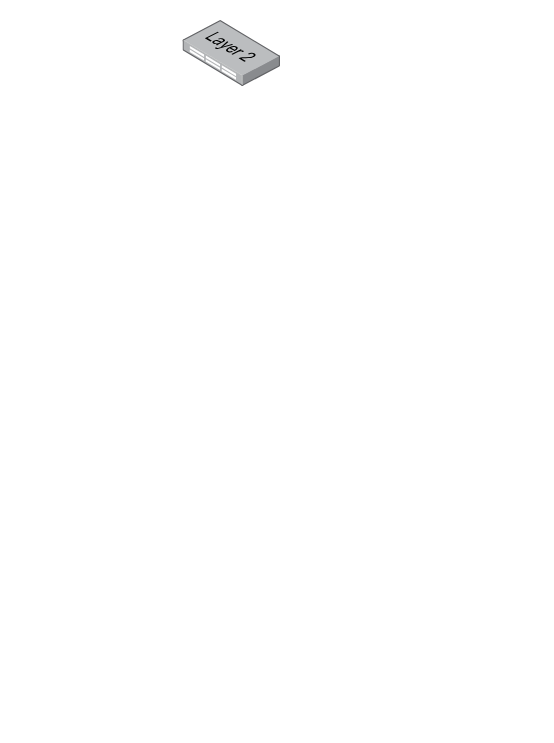
Earlier version of the draw.io diagram Unbenanntes Diagramm.drawio (PLAD26/OSI-Modell). Source tidied: cells renumbered, new cells numbered last; positions are measured from the earlier drawing's top-left corner, leaving out a move shared by most shapes. Both pictures are drawn from the tidied source at 125%, with x=0, y=0 at pixel (182, 20).
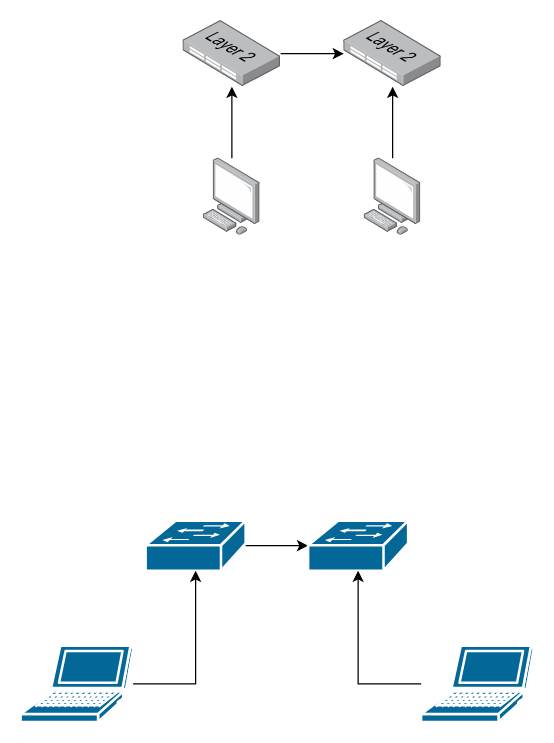
After the change.

The edit, as a diff of the source:
```diff
@@
 <mxGraphModel>
   <root>
     <mxCell id="0" />
     <mxCell id="1" parent="0" />
+    <mxCell id="3" style="edgeStyle=orthogonalEdgeStyle;rounded=0;jettySize=auto;html=1;" parent="1" edge="1" source="2" target="4">
+      <mxGeometry relative="1" as="geometry" />
+    </mxCell>
     <mxCell id="2" style="image;points=[];html=1;align=center;shadow=0;dashed=0;image=img/lib/allied_telesis/switch/Switch_48_port_L2.svg;" parent="1" vertex="1">
       <mxGeometry width="78" height="52.8" as="geometry" />
     </mxCell>
+    <mxCell id="4" style="image;points=[];html=1;align=center;shadow=0;dashed=0;image=img/lib/allied_telesis/switch/Switch_48_port_L2.svg;" parent="1" vertex="1">
+      <mxGeometry x="128.6" width="78" height="52.8" as="geometry" />
+    </mxCell>
+    <mxCell id="5" style="edgeStyle=orthogonalEdgeStyle;rounded=0;jettySize=auto;html=1;" parent="1" edge="1" source="6" target="9">
+      <mxGeometry relative="1" as="geometry" />
+    </mxCell>
+    <mxCell id="6" style="strokeColor=#ffffff;sketch=0;html=1;dashed=0;fillColor=#036897;strokeWidth=2;verticalLabelPosition=bottom;verticalAlign=top;align=center;outlineConnect=0;shape=mxgraph.cisco.switches.workgroup_switch;" parent="1" vertex="1">
+      <mxGeometry x="-30" y="400" width="80" height="40" as="geometry" />
+    </mxCell>
+    <mxCell id="7" style="edgeStyle=orthogonalEdgeStyle;rounded=0;jettySize=auto;html=1;" parent="1" edge="1" source="8" target="6">
+      <mxGeometry relative="1" as="geometry" />
+    </mxCell>
+    <mxCell id="8" style="sketch=0;html=1;dashed=0;fillColor=#036897;strokeColor=#ffffff;strokeWidth=2;verticalLabelPosition=bottom;verticalAlign=top;align=center;outlineConnect=0;shape=mxgraph.cisco.computers_and_peripherals.laptop;" parent="1" vertex="1">
+      <mxGeometry x="-130" y="500" width="90" height="61" as="geometry" />
+    </mxCell>
+    <mxCell id="9" style="strokeColor=#ffffff;sketch=0;html=1;dashed=0;fillColor=#036897;strokeWidth=2;verticalLabelPosition=bottom;verticalAlign=top;align=center;outlineConnect=0;shape=mxgraph.cisco.switches.workgroup_switch;" parent="1" vertex="1">
+      <mxGeometry x="100" y="400" width="80" height="40" as="geometry" />
+    </mxCell>
+    <mxCell id="10" style="edgeStyle=orthogonalEdgeStyle;rounded=0;jettySize=auto;html=1;" parent="1" edge="1" source="11" target="9">
+      <mxGeometry relative="1" as="geometry" />
+    </mxCell>
+    <mxCell id="11" style="sketch=0;html=1;dashed=0;fillColor=#036897;strokeColor=#ffffff;strokeWidth=2;verticalLabelPosition=bottom;verticalAlign=top;align=center;outlineConnect=0;shape=mxgraph.cisco.computers_and_peripherals.laptop;" parent="1" vertex="1">
+      <mxGeometry x="190.4" y="500" width="90" height="61" as="geometry" />
+    </mxCell>
+    <mxCell id="12" style="edgeStyle=orthogonalEdgeStyle;rounded=0;jettySize=auto;html=1;" parent="1" edge="1" source="13" target="2">
+      <mxGeometry relative="1" as="geometry" />
+    </mxCell>
+    <mxCell id="13" style="image;points=[];html=1;align=center;shadow=0;dashed=0;image=img/lib/allied_telesis/computer_and_terminals/Personal_Computer.svg;" parent="1" vertex="1">
+      <mxGeometry x="16.2" y="110" width="45.6" height="61.8" as="geometry" />
+    </mxCell>
+    <mxCell id="14" style="edgeStyle=orthogonalEdgeStyle;rounded=0;jettySize=auto;html=1;" parent="1" edge="1" source="15" target="4">
+      <mxGeometry relative="1" as="geometry" />
+    </mxCell>
+    <mxCell id="15" style="image;points=[];html=1;align=center;shadow=0;dashed=0;image=img/lib/allied_telesis/computer_and_terminals/Personal_Computer.svg;" parent="1" vertex="1">
+      <mxGeometry x="144.8" y="110" width="45.6" height="61.8" as="geometry" />
+    </mxCell>
   </root>
 </mxGraphModel>
```
